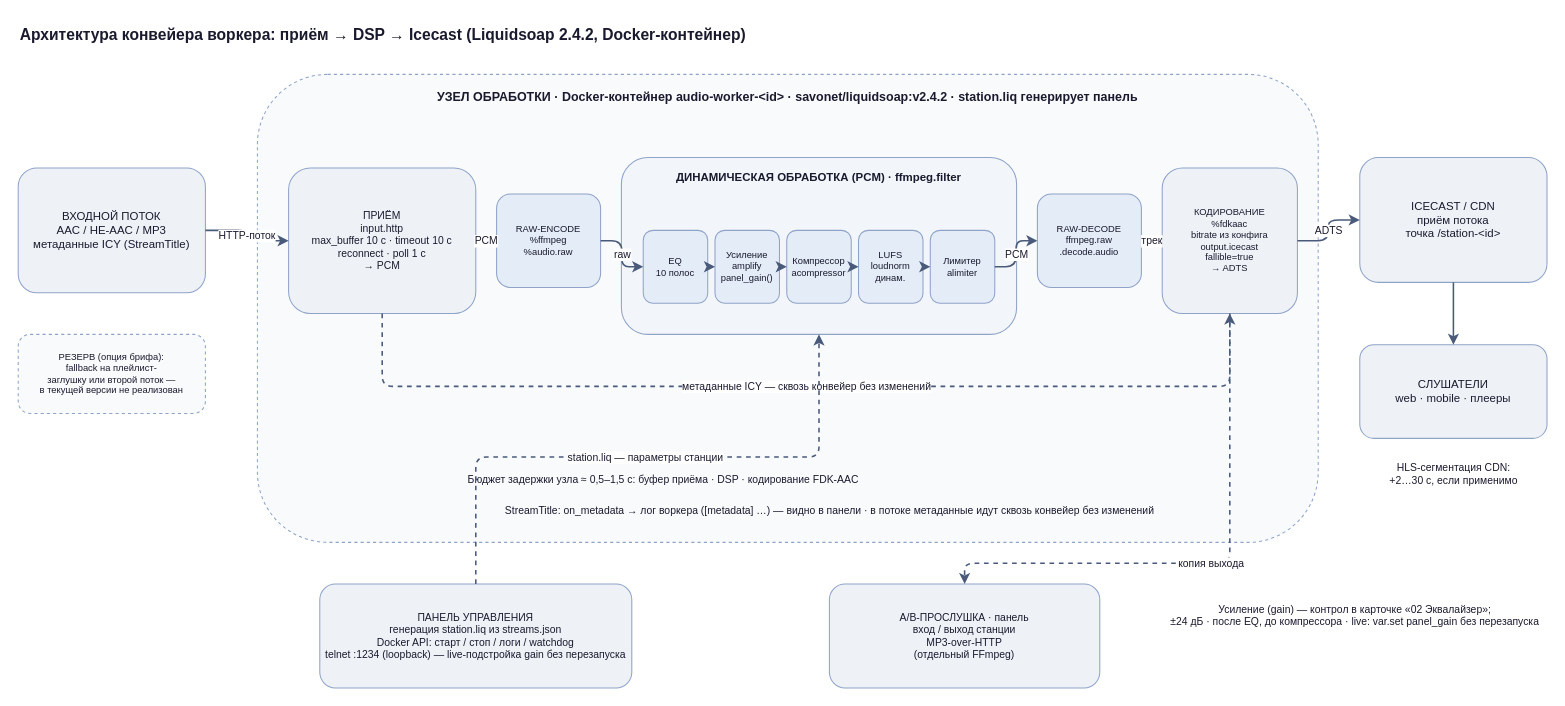
svaganov/Dynamics-stream-processing keeps this draw.io diagram as Архитектура Liquidsoap конвейера.drawio. Above is the earlier version. Source tidied: cells renumbered, new cells numbered last; positions are measured from the earlier drawing's top-left corner, leaving out a move shared by most shapes. Both pictures are drawn from the tidied source at 104%, with x=0, y=0 at pixel (18, 18).
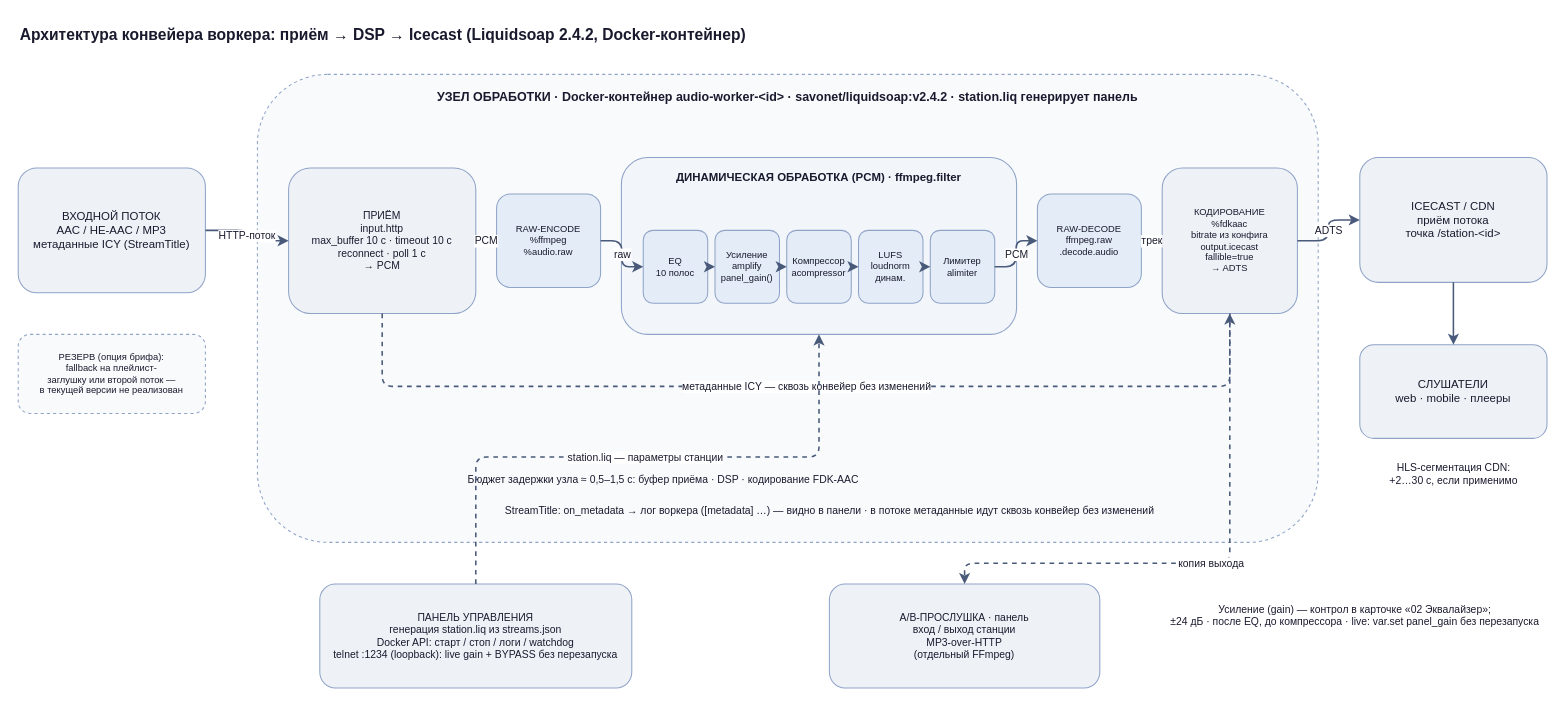
The same diagram, later.

Commit message (it also covers changes not shown here):
Живой BYPASS работающего Liquidsoap-воркера через telnet

Change to the diagram source:
```diff
@@
-    <mxCell id="22" value="ПАНЕЛЬ УПРАВЛЕНИЯ&lt;br&gt;генерация station.liq из streams.json&lt;br&gt;Docker API: старт / стоп / логи / watchdog&lt;br&gt;telnet :1234 (loopback) — live-подстройка gain без перезапуска" style="rounded=1;whiteSpace=wrap;html=1;fillColor=#eef2f7;strokeColor=#8fa3c7;fontColor=#1a1a2e;fontSize=10;align=center;verticalAlign=middle;spacing=6;" parent="1" vertex="1">
+    <mxCell id="22" value="ПАНЕЛЬ УПРАВЛЕНИЯ&lt;br&gt;генерация station.liq из streams.json&lt;br&gt;Docker API: старт / стоп / логи / watchdog&lt;br&gt;telnet :1234 (loopback): live gain + BYPASS без перезапуска" style="rounded=1;whiteSpace=wrap;html=1;fillColor=#eef2f7;strokeColor=#8fa3c7;fontColor=#1a1a2e;fontSize=10;align=center;verticalAlign=middle;spacing=6;" parent="1" vertex="1">
       <mxGeometry x="290" y="544" width="300" height="100" as="geometry" />
     </mxCell>
```
